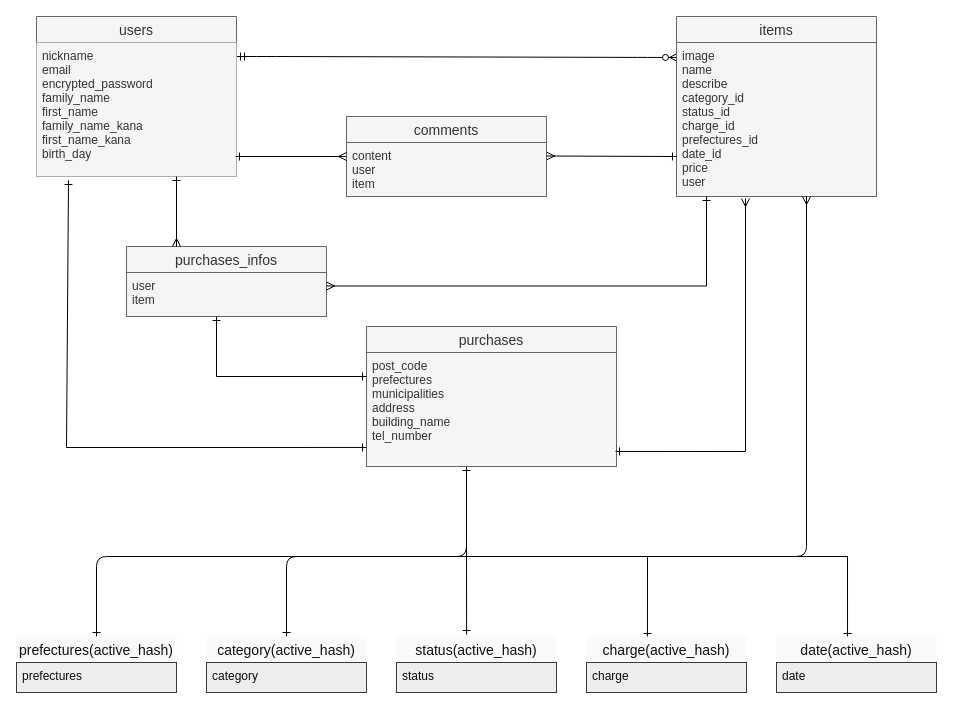
This is er.dio from TT38294/furima-37409, a draw.io file, before an edit. Source tidied: cells renumbered, new cells numbered last; positions are measured from the earlier drawing's top-left corner, leaving out a move shared by most shapes. Both pictures are drawn from the tidied source at 100%, with x=0, y=0 at pixel (16, 16).
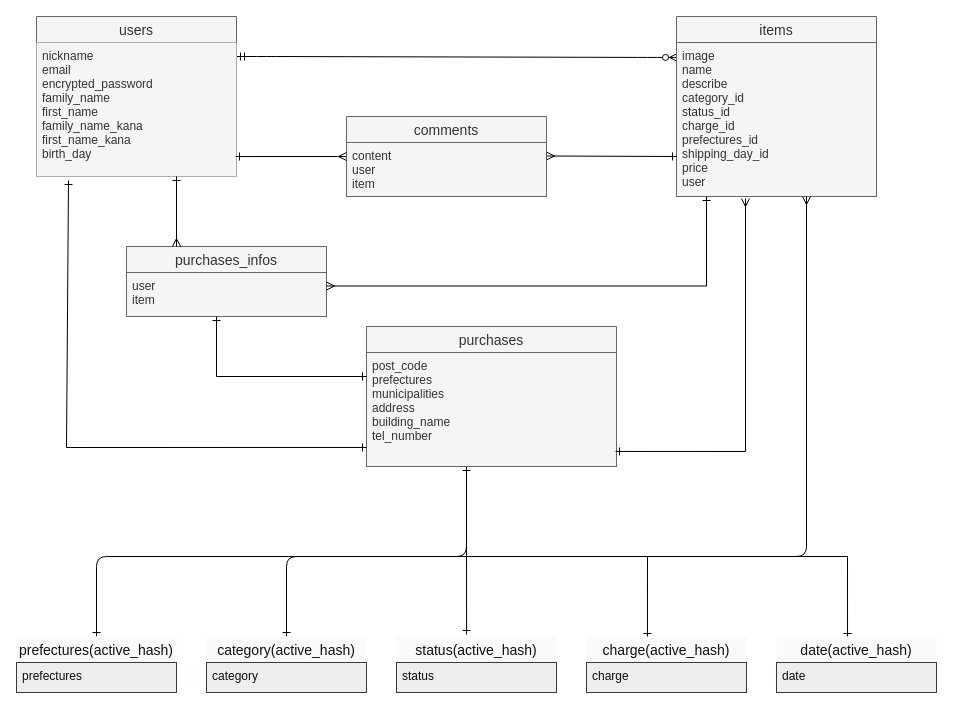
The same page after the edit.

Unchanged cells that the change refers to:
```xml
<mxCell id="9" value="items" style="swimlane;fontStyle=0;horizontal=1;startSize=26;align=center;fontSize=14;fillColor=#f5f5f5;fontColor=#333333;strokeColor=#666666;" parent="1" vertex="1">
  <mxGeometry x="660" width="200" height="180" as="geometry" />
</mxCell>
```

What changed in the source:
```diff
@@
-    <mxCell id="10" value="image&#10;name&#10;describe&#10;category_id&#10;status_id&#10;charge_id&#10;prefectures_id&#10;date_id&#10;price&#10;user" style="text;strokeColor=#666666;fillColor=#f5f5f5;spacingLeft=4;spacingRight=4;overflow=hidden;points=[[0,0.5],[1,0.5]];portConstraint=eastwest;fontSize=12;fontColor=#333333;" parent="9" vertex="1">
+    <mxCell id="10" value="image&#10;name&#10;describe&#10;category_id&#10;status_id&#10;charge_id&#10;prefectures_id&#10;shipping_day_id&#10;price&#10;user" style="text;strokeColor=#666666;fillColor=#f5f5f5;spacingLeft=4;spacingRight=4;overflow=hidden;points=[[0,0.5],[1,0.5]];portConstraint=eastwest;fontSize=12;fontColor=#333333;" parent="9" vertex="1">
       <mxGeometry y="26" width="200" height="154" as="geometry" />
     </mxCell>
```
